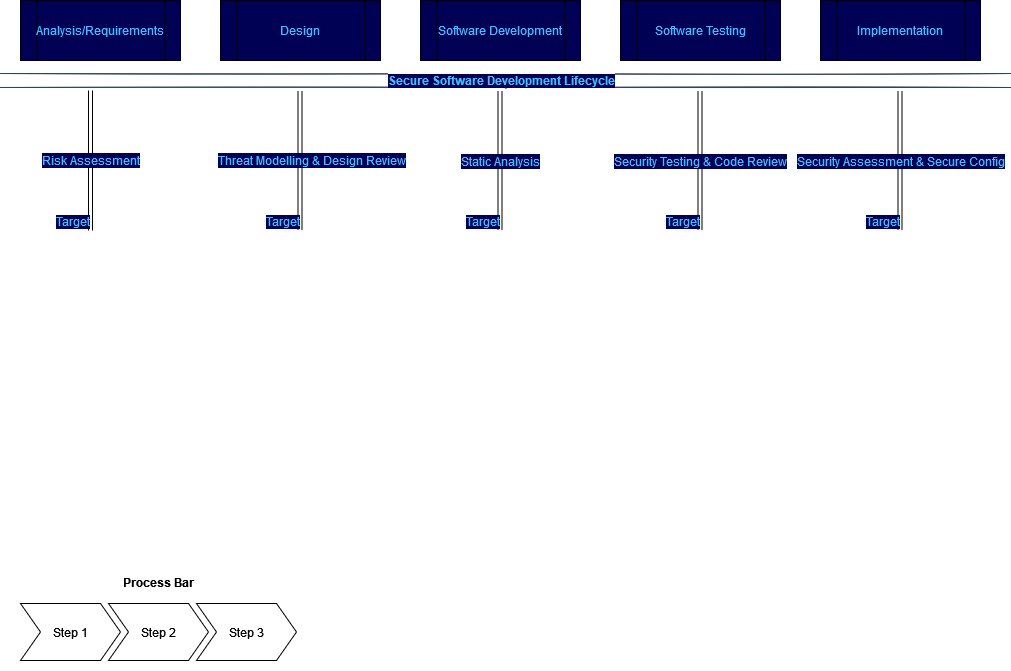
Earlier version of the draw.io export SDLC Service Mapping.png (Lino-DC/SDLC). Source tidied: cells renumbered, new cells last; positions are measured from the earlier drawing's top-left corner, leaving out a move shared by most shapes.
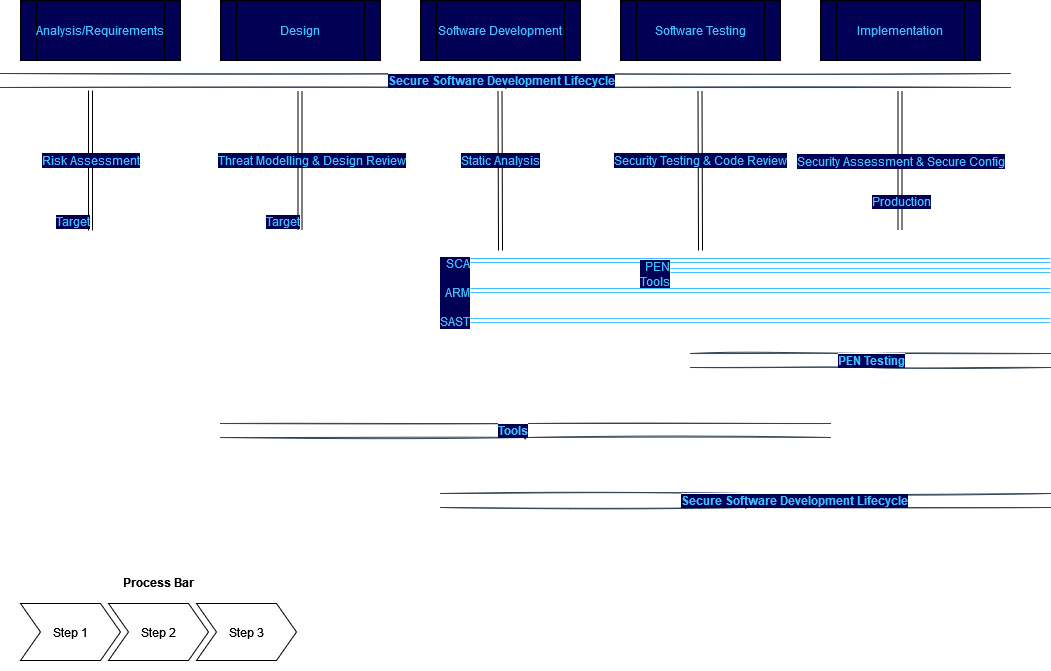
The same diagram one commit later.

Diff of the diagram source:
```diff
@@ -2,6 +2,12 @@
   <root>
     <mxCell id="0" />
     <mxCell id="1" parent="0" />
+    <mxCell id="26" style="shape=link;html=1;rounded=0;labelBackgroundColor=none;labelBorderColor=none;strokeColor=#3FBFFF;" parent="1" edge="1">
+      <mxGeometry relative="1" as="geometry">
+        <mxPoint x="470" y="260" as="sourcePoint" />
+        <mxPoint x="1050" y="260" as="targetPoint" />
+      </mxGeometry>
+    </mxCell>
     <mxCell id="2" value="Process Bar" style="swimlane;horizontal=1;fillColor=none;strokeColor=none;stackBorder=10;align=center;fontColor=#000000;" parent="1" vertex="1">
       <mxGeometry x="10" y="570" width="296" height="100" as="geometry" />
     </mxCell>
@@ -61,26 +67,34 @@
     <mxCell id="17" style="endArrow=classic;html=1;rounded=1;shadow=0;labelBackgroundColor=#000054;sketch=0;fontSize=12;fontColor=#3FBFFF;strokeColor=default;strokeWidth=1;shape=link;elbow=vertical;" parent="1" edge="1">
       <mxGeometry relative="1" as="geometry">
         <mxPoint x="499.5" y="90" as="sourcePoint" />
-        <mxPoint x="499.5" y="230" as="targetPoint" />
+        <mxPoint x="500" y="250" as="targetPoint" />
       </mxGeometry>
     </mxCell>
     <mxCell id="18" value="Static Analysis" style="edgeLabel;html=1;align=center;verticalAlign=middle;labelBackgroundColor=#000054;fontSize=12;fontColor=#3FBFFF;fillColor=#000054;" parent="17" vertex="1">
-      <mxGeometry relative="1" as="geometry" />
+      <mxGeometry relative="1" as="geometry">
+        <mxPoint y="-10" as="offset" />
+      </mxGeometry>
     </mxCell>
-    <mxCell id="19" value="Target" style="edgeLabel;html=1;align=right;verticalAlign=bottom;labelBackgroundColor=#000054;fontSize=12;fontColor=#3FBFFF;fillColor=#000054;" parent="17" vertex="1">
-      <mxGeometry x="1" relative="1" as="geometry" />
+    <mxCell id="19" value="&lt;div&gt;SCA&lt;/div&gt;&lt;div&gt;&lt;br&gt;&lt;/div&gt;&lt;div&gt;ARM&lt;/div&gt;&lt;div&gt;&lt;br&gt;&lt;/div&gt;&lt;div&gt;SAST&lt;br&gt;&lt;/div&gt;" style="edgeLabel;html=1;align=right;verticalAlign=bottom;labelBackgroundColor=#000054;fontSize=12;fontColor=#3FBFFF;fillColor=#000054;" parent="17" vertex="1">
+      <mxGeometry x="1" relative="1" as="geometry">
+        <mxPoint x="-30" y="80" as="offset" />
+      </mxGeometry>
     </mxCell>
     <mxCell id="20" style="endArrow=classic;html=1;rounded=1;shadow=0;labelBackgroundColor=#000054;sketch=0;fontSize=12;fontColor=#3FBFFF;strokeColor=default;strokeWidth=1;shape=link;elbow=vertical;" parent="1" edge="1">
       <mxGeometry relative="1" as="geometry">
         <mxPoint x="699.5" y="90" as="sourcePoint" />
-        <mxPoint x="699.5" y="230" as="targetPoint" />
+        <mxPoint x="700" y="250" as="targetPoint" />
       </mxGeometry>
     </mxCell>
     <mxCell id="21" value="Security Testing &amp;amp; Code Review" style="edgeLabel;html=1;align=center;verticalAlign=middle;labelBackgroundColor=#000054;fontSize=12;fontColor=#3FBFFF;fillColor=#000054;" parent="20" vertex="1">
-      <mxGeometry relative="1" as="geometry" />
+      <mxGeometry relative="1" as="geometry">
+        <mxPoint y="-10" as="offset" />
+      </mxGeometry>
     </mxCell>
-    <mxCell id="22" value="Target" style="edgeLabel;html=1;align=right;verticalAlign=bottom;labelBackgroundColor=#000054;fontSize=12;fontColor=#3FBFFF;fillColor=#000054;" parent="20" vertex="1">
-      <mxGeometry x="1" relative="1" as="geometry" />
+    <mxCell id="22" value="&lt;div&gt;PEN&lt;/div&gt;&lt;div&gt;Tools&lt;br&gt;&lt;/div&gt;" style="edgeLabel;html=1;align=right;verticalAlign=bottom;labelBackgroundColor=#000054;fontSize=12;fontColor=#3FBFFF;fillColor=#000054;" parent="20" vertex="1">
+      <mxGeometry x="1" relative="1" as="geometry">
+        <mxPoint x="-30" y="40" as="offset" />
+      </mxGeometry>
     </mxCell>
     <mxCell id="23" style="endArrow=classic;html=1;rounded=1;shadow=0;labelBackgroundColor=#000054;sketch=0;fontSize=12;fontColor=#3FBFFF;strokeColor=default;strokeWidth=1;shape=link;elbow=vertical;" parent="1" edge="1">
       <mxGeometry relative="1" as="geometry">
@@ -91,8 +105,61 @@
     <mxCell id="24" value="Security Assessment &amp;amp; Secure Config" style="edgeLabel;html=1;align=center;verticalAlign=middle;labelBackgroundColor=#000054;fontSize=12;fontColor=#3FBFFF;fillColor=#000054;" parent="23" vertex="1">
       <mxGeometry relative="1" as="geometry" />
     </mxCell>
-    <mxCell id="25" value="Target" style="edgeLabel;html=1;align=right;verticalAlign=bottom;labelBackgroundColor=#000054;fontSize=12;fontColor=#3FBFFF;fillColor=#000054;" parent="23" vertex="1">
-      <mxGeometry x="1" relative="1" as="geometry" />
+    <mxCell id="25" value="Production" style="edgeLabel;html=1;align=right;verticalAlign=bottom;labelBackgroundColor=#000054;fontSize=12;fontColor=#3FBFFF;fillColor=#000054;" parent="23" vertex="1">
+      <mxGeometry x="1" relative="1" as="geometry">
+        <mxPoint x="31" y="-20" as="offset" />
+      </mxGeometry>
     </mxCell>
+    <mxCell id="27" style="shape=link;html=1;rounded=1;strokeWidth=1;edgeStyle=elbowEdgeStyle;elbow=vertical;sketch=1;shadow=0;width=14;labelBackgroundColor=#000054;fontColor=default;fillColor=#647687;strokeColor=#314354;" parent="1" edge="1">
+      <mxGeometry relative="1" as="geometry">
+        <mxPoint x="220" y="430" as="sourcePoint" />
+        <mxPoint x="830" y="430" as="targetPoint" />
+      </mxGeometry>
+    </mxCell>
+    <mxCell id="28" value="&lt;b&gt;&lt;font style=&quot;font-size: 12px&quot;&gt;&lt;span style=&quot;background-color: rgb(0 , 0 , 84)&quot;&gt;Tools&lt;br&gt;&lt;/span&gt;&lt;/font&gt;&lt;/b&gt;" style="edgeLabel;html=1;align=center;verticalAlign=middle;fontColor=#3FBFFF;" parent="27" vertex="1">
+      <mxGeometry x="-0.26" y="1" relative="1" as="geometry">
+        <mxPoint x="66" as="offset" />
+      </mxGeometry>
+    </mxCell>
+    <mxCell id="29" style="shape=link;html=1;rounded=1;strokeWidth=1;edgeStyle=elbowEdgeStyle;elbow=vertical;sketch=1;shadow=0;width=14;labelBackgroundColor=#000054;fontColor=default;fillColor=#647687;strokeColor=#314354;" parent="1" edge="1">
+      <mxGeometry relative="1" as="geometry">
+        <mxPoint x="440" y="500" as="sourcePoint" />
+        <mxPoint x="1050" y="500" as="targetPoint" />
+      </mxGeometry>
+    </mxCell>
+    <mxCell id="30" value="&lt;b&gt;&lt;font style=&quot;font-size: 12px&quot;&gt;&lt;span style=&quot;background-color: rgb(0 , 0 , 84)&quot;&gt;Secure Software Development Lifecycle&lt;/span&gt;&lt;/font&gt;&lt;/b&gt;" style="edgeLabel;html=1;align=center;verticalAlign=middle;fontColor=#3FBFFF;" parent="29" vertex="1">
+      <mxGeometry x="-0.26" y="1" relative="1" as="geometry">
+        <mxPoint x="128" as="offset" />
+      </mxGeometry>
+    </mxCell>
+    <mxCell id="31" style="shape=link;html=1;rounded=1;strokeWidth=1;edgeStyle=elbowEdgeStyle;elbow=vertical;sketch=1;shadow=0;width=14;labelBackgroundColor=#000054;fontColor=default;fillColor=#647687;strokeColor=#314354;" parent="1" edge="1">
+      <mxGeometry relative="1" as="geometry">
+        <mxPoint x="690" y="360" as="sourcePoint" />
+        <mxPoint x="1050" y="360" as="targetPoint" />
+      </mxGeometry>
+    </mxCell>
+    <mxCell id="32" value="&lt;b&gt;&lt;font style=&quot;font-size: 12px&quot;&gt;&lt;span style=&quot;background-color: rgb(0 , 0 , 84)&quot;&gt;PEN Testing&lt;br&gt;&lt;/span&gt;&lt;/font&gt;&lt;/b&gt;" style="edgeLabel;html=1;align=center;verticalAlign=middle;fontColor=#3FBFFF;" parent="31" vertex="1">
+      <mxGeometry x="-0.26" y="1" relative="1" as="geometry">
+        <mxPoint x="47" as="offset" />
+      </mxGeometry>
+    </mxCell>
+    <mxCell id="33" style="shape=link;html=1;rounded=0;strokeColor=#3FBFFF;" parent="1" edge="1">
+      <mxGeometry relative="1" as="geometry">
+        <mxPoint x="470" y="290" as="sourcePoint" />
+        <mxPoint x="1050" y="290" as="targetPoint" />
+      </mxGeometry>
+    </mxCell>
+    <mxCell id="34" style="shape=link;html=1;rounded=0;strokeColor=#3FBFFF;" parent="1" edge="1">
+      <mxGeometry relative="1" as="geometry">
+        <mxPoint x="470" y="320" as="sourcePoint" />
+        <mxPoint x="1050" y="320" as="targetPoint" />
+      </mxGeometry>
+    </mxCell>
+    <mxCell id="35" style="shape=link;html=1;rounded=0;labelBackgroundColor=none;labelBorderColor=none;strokeColor=#3FBFFF;" parent="1" edge="1">
+      <mxGeometry relative="1" as="geometry">
+        <mxPoint x="670" y="270" as="sourcePoint" />
+        <mxPoint x="1050" y="270" as="targetPoint" />
+      </mxGeometry>
+    </mxCell>
   </root>
 </mxGraphModel>
```
